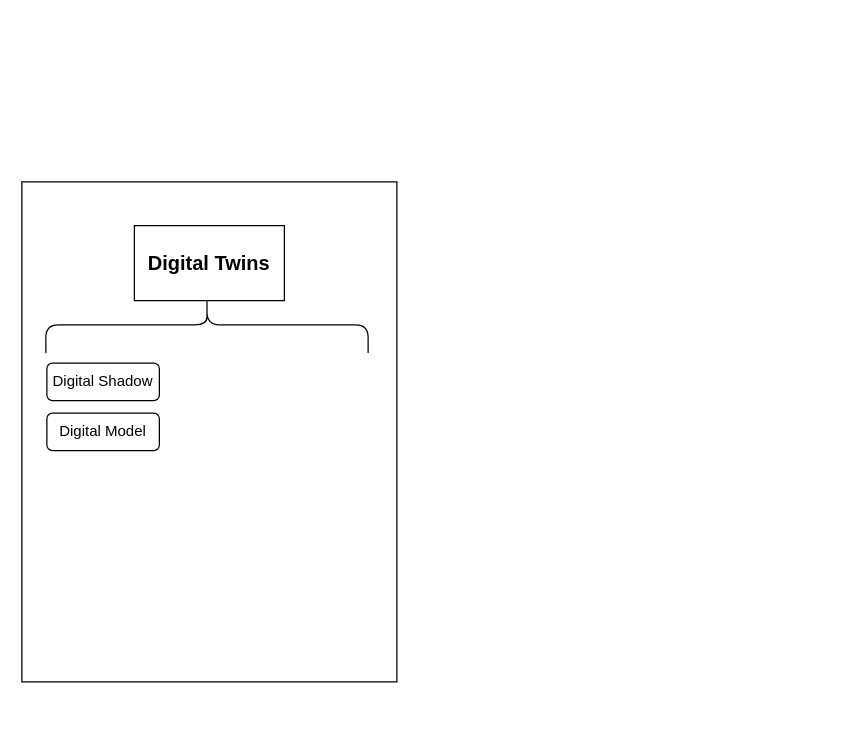
This is drawio/mams/dd-twins/DDTwins_Architecture.drawio from scrodrig/Diagrams, a draw.io file, before an edit. Source tidied: cells renumbered, new cells numbered last; positions are measured from the earlier drawing's top-left corner, leaving out a move shared by most shapes. Both pictures are drawn from the tidied source at 125%, with x=0, y=0 at pixel (21, 162).
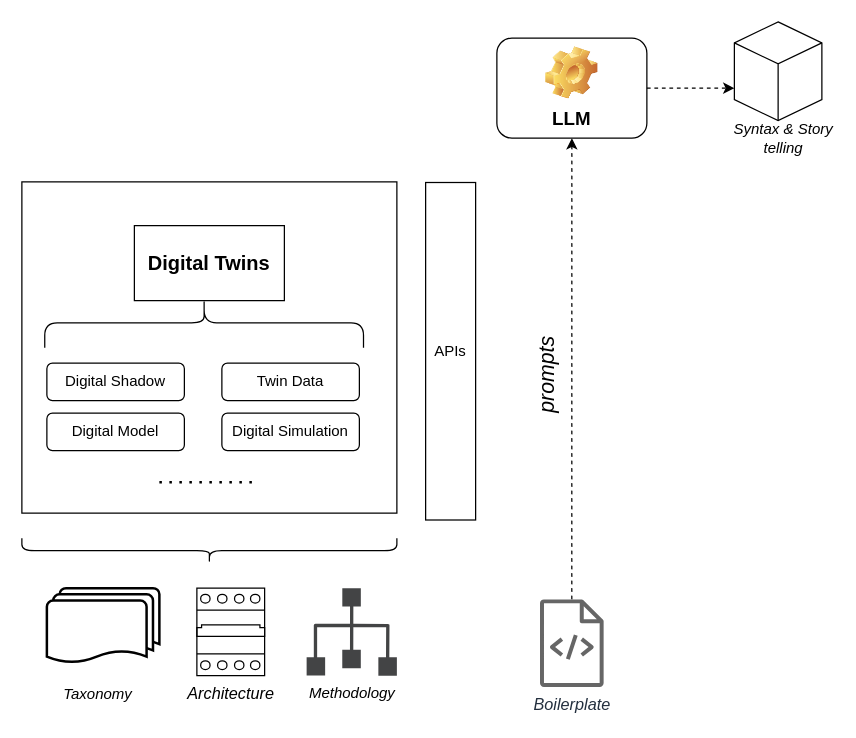
The same page after the edit.

Diff of the diagram source:
```diff
@@
     <mxCell id="2" style="rounded=0;whiteSpace=wrap;html=1;fillColor=default;" parent="1" vertex="1">
-      <mxGeometry y="15" width="300" height="400" as="geometry" />
+      <mxGeometry y="15" width="300" height="265" as="geometry" />
     </mxCell>
@@
     <mxCell id="4" style="shape=curlyBracket;whiteSpace=wrap;html=1;rounded=1;labelPosition=left;verticalLabelPosition=middle;align=right;verticalAlign=middle;rotation=90;" parent="1" vertex="1">
-      <mxGeometry x="125.6" y="0.4" width="45" height="257.8" as="geometry" />
+      <mxGeometry x="125.8" y="0.2" width="40" height="255" as="geometry" />
     </mxCell>
     <mxCell id="5" value="Digital Shadow" style="rounded=1;whiteSpace=wrap;html=1;" parent="1" vertex="1">
-      <mxGeometry x="20" y="160" width="90" height="30" as="geometry" />
+      <mxGeometry x="20" y="160" width="110" height="30" as="geometry" />
     </mxCell>
@@
     <mxCell id="7" value="Digital Model" style="rounded=1;whiteSpace=wrap;html=1;" parent="1" vertex="1">
-      <mxGeometry x="20" y="200" width="90" height="30" as="geometry" />
+      <mxGeometry x="20" y="200" width="110" height="30" as="geometry" />
     </mxCell>
+    <mxCell id="8" value="Digital Simulation" style="rounded=1;whiteSpace=wrap;html=1;" parent="1" vertex="1">
+      <mxGeometry x="160" y="200" width="110" height="30" as="geometry" />
+    </mxCell>
+    <mxCell id="9" value="Twin Data" style="rounded=1;whiteSpace=wrap;html=1;" parent="1" vertex="1">
+      <mxGeometry x="160" y="160" width="110" height="30" as="geometry" />
+    </mxCell>
+    <mxCell id="10" style="endArrow=none;dashed=1;html=1;dashPattern=1 3;strokeWidth=2;rounded=0;" parent="1" edge="1">
+      <mxGeometry relative="1" as="geometry">
+        <mxPoint x="110" y="255.2" as="sourcePoint" />
+        <mxPoint x="190" y="255.2" as="targetPoint" />
+      </mxGeometry>
+    </mxCell>
+    <mxCell id="11" style="shape=curlyBracket;whiteSpace=wrap;html=1;rounded=1;flipH=1;labelPosition=right;verticalLabelPosition=middle;align=left;verticalAlign=middle;rotation=90;size=0.5;" parent="1" vertex="1">
+      <mxGeometry x="140" y="160" width="20" height="300" as="geometry" />
+    </mxCell>
+    <mxCell id="12" value="APIs" style="rounded=0;whiteSpace=wrap;html=1;" parent="1" vertex="1">
+      <mxGeometry x="323" y="15.5" width="40" height="270" as="geometry" />
+    </mxCell>
+    <mxCell id="13" style="endArrow=classic;html=1;rounded=1;curved=0;dashed=1;" parent="1" edge="1" source="16" target="15">
+      <mxGeometry relative="1" as="geometry" />
+    </mxCell>
+    <mxCell id="14" value="&lt;i&gt;&lt;font style=&quot;font-size: 17px;&quot;&gt;prompts&lt;/font&gt;&lt;/i&gt;" style="edgeLabel;html=1;align=center;verticalAlign=middle;rotation=270;" parent="13" vertex="1">
+      <mxGeometry x="0.28" y="-2" relative="1" as="geometry">
+        <mxPoint x="-22" y="57" as="offset" />
+      </mxGeometry>
+    </mxCell>
+    <mxCell id="15" value="&lt;font style=&quot;font-size: 15px;&quot;&gt;LLM&lt;/font&gt;" style="label;whiteSpace=wrap;html=1;align=center;verticalAlign=bottom;spacingLeft=0;spacingBottom=4;imageAlign=center;imageVerticalAlign=top;image=img/clipart/Gear_128x128.png;" parent="1" vertex="1">
+      <mxGeometry x="380" y="-100" width="120" height="80" as="geometry" />
+    </mxCell>
+    <mxCell id="16" value="&lt;font style=&quot;font-size: 13px;&quot;&gt;&lt;i style=&quot;&quot;&gt;Boilerplate&lt;/i&gt;&lt;/font&gt;" style="sketch=0;outlineConnect=0;fontColor=#232F3E;gradientColor=none;fillColor=#666666;strokeColor=none;dashed=0;verticalLabelPosition=bottom;verticalAlign=top;align=center;html=1;fontSize=12;fontStyle=0;shape=mxgraph.aws4.source_code;fillStyle=solid;" parent="1" vertex="1">
+      <mxGeometry x="414.4" y="349" width="51.1" height="70" as="geometry" />
+    </mxCell>
+    <mxCell id="17" style="strokeWidth=2;html=1;shape=mxgraph.flowchart.multi-document;whiteSpace=wrap;align=center;" parent="1" vertex="1">
+      <mxGeometry x="20" y="340" width="90" height="60" as="geometry" />
+    </mxCell>
+    <mxCell id="18" value="&lt;i&gt;&lt;font style=&quot;font-size: 13px;&quot;&gt;Architecture&lt;/font&gt;&lt;/i&gt;" style="verticalLabelPosition=bottom;dashed=0;shadow=0;html=1;align=center;verticalAlign=top;shape=mxgraph.cabinets.cb_4p;" parent="1" vertex="1">
+      <mxGeometry x="140" y="340" width="54.2" height="70" as="geometry" />
+    </mxCell>
+    <mxCell id="19" value="&lt;i&gt;Methodology&lt;/i&gt;" style="sketch=0;shadow=0;dashed=0;html=1;strokeColor=none;fillColor=#434445;labelPosition=center;verticalLabelPosition=bottom;verticalAlign=top;align=center;shape=mxgraph.vvd.infrastructure;" parent="1" vertex="1">
+      <mxGeometry x="227.8" y="340" width="72.2" height="70" as="geometry" />
+    </mxCell>
+    <mxCell id="20" value="Taxonomy" style="text;html=1;strokeColor=none;fillColor=none;align=center;verticalAlign=middle;whiteSpace=wrap;rounded=0;fontStyle=2;" parent="1" vertex="1">
+      <mxGeometry x="31" y="415" width="60" height="20" as="geometry" />
+    </mxCell>
+    <mxCell id="21" style="endArrow=classic;html=1;rounded=0;exitX=1;exitY=0.5;exitDx=0;exitDy=0;dashed=1;" parent="1" edge="1" source="15">
+      <mxGeometry relative="1" as="geometry">
+        <mxPoint x="570" y="-60" as="targetPoint" />
+      </mxGeometry>
+    </mxCell>
+    <mxCell id="22" style="html=1;shape=mxgraph.basic.isocube;isoAngle=15;" parent="1" vertex="1">
+      <mxGeometry x="570" y="-113" width="70" height="79" as="geometry" />
+    </mxCell>
+    <mxCell id="23" value="Syntax &amp;amp; Story telling" style="text;html=1;strokeColor=none;fillColor=none;align=center;verticalAlign=middle;whiteSpace=wrap;rounded=0;fontStyle=2;" parent="1" vertex="1">
+      <mxGeometry x="567.5" y="-30" width="82.5" height="20" as="geometry" />
+    </mxCell>
```
